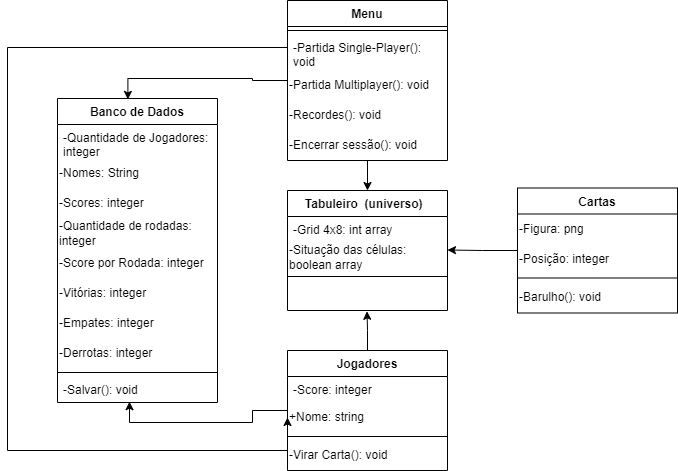
The draw.io diagram Diagrama de Classes.drawio.png in FelipeRibeirooo/Entrega-03-OO-UML, before a commit. Source tidied: cells renumbered, new cells last; positions are measured from the earlier drawing's top-left corner, leaving out a move shared by most shapes.
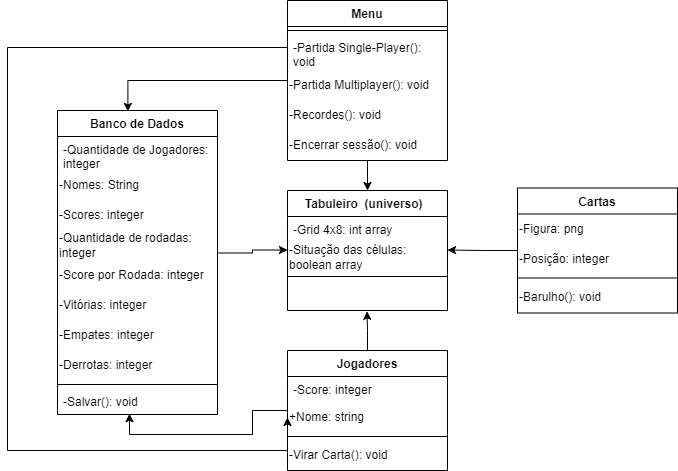
After the change.

What changed in the source:
```diff
@@ -51,7 +51,7 @@
       <mxGeometry y="94" width="160" height="30" as="geometry" />
     </mxCell>
     <mxCell id="18" value="Banco de Dados" style="swimlane;fontStyle=1;align=center;verticalAlign=top;horizontal=1;startSize=26;whiteSpace=wrap;html=1;" parent="1" vertex="1">
-      <mxGeometry x="50" y="98" width="160" height="304" as="geometry" />
+      <mxGeometry x="50" y="110" width="160" height="304" as="geometry" />
     </mxCell>
     <mxCell id="19" value="&lt;div&gt;-Quantidade de Jogadores: integer&lt;br&gt;&lt;/div&gt;" style="text;strokeColor=none;fillColor=none;align=left;verticalAlign=top;spacingLeft=4;spacingRight=4;overflow=hidden;whiteSpace=wrap;html=1;" parent="18" vertex="1">
       <mxGeometry y="26" width="160" height="34" as="geometry" />
@@ -122,5 +122,8 @@
         </Array>
       </mxGeometry>
     </mxCell>
+    <mxCell id="40" style="edgeStyle=orthogonalEdgeStyle;rounded=0;jettySize=auto;html=1;entryX=0;entryY=0.25;entryDx=0;entryDy=0;exitX=1;exitY=0.75;exitDx=0;exitDy=0;" parent="1" edge="1" source="22" target="4">
+      <mxGeometry relative="1" as="geometry" />
+    </mxCell>
   </root>
 </mxGraphModel>
```
